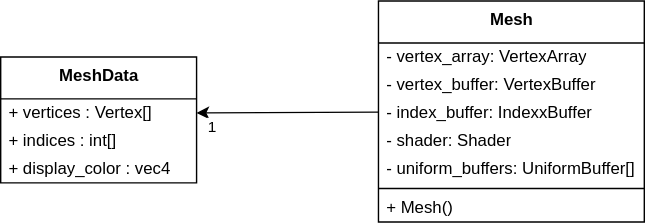
Before: docs/meshes/primitives.drawio.svg, a diagram exported from draw.io (wolfel1/Raytracy). Source tidied: cells renumbered, new cells last; positions are measured from the earlier drawing's top-left corner, leaving out a move shared by most shapes.
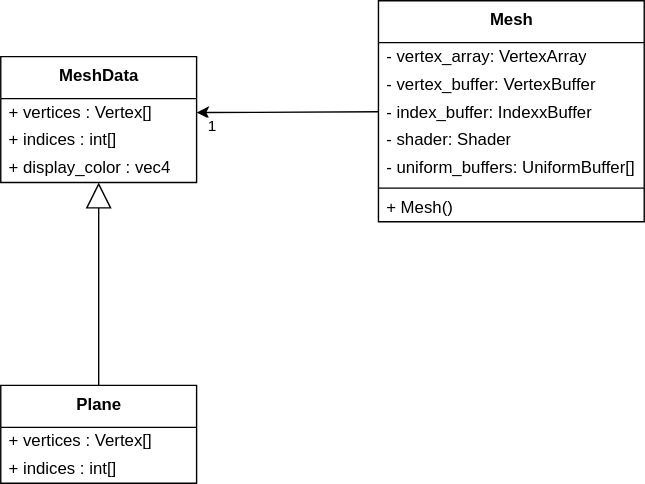
The same diagram one commit later.

Change to the diagram source:
```diff
@@ -2,6 +2,9 @@
   <root>
     <mxCell id="0" />
     <mxCell id="1" parent="0" />
+    <mxCell id="16" style="edgeStyle=none;html=1;endArrow=none;endFill=0;startArrow=block;startFill=0;endSize=6;startSize=16;" parent="1" edge="1" source="2" target="17">
+      <mxGeometry relative="1" as="geometry" />
+    </mxCell>
     <mxCell id="2" value="&lt;b&gt;MeshData&lt;/b&gt;" style="swimlane;fontStyle=0;align=center;verticalAlign=top;horizontal=1;startSize=30;html=1;" parent="1" vertex="1">
       <mxGeometry y="40" width="140" height="90" as="geometry" />
     </mxCell>
@@ -46,5 +49,14 @@
     <mxCell id="15" value="+ Mesh()" style="text;html=1;strokeColor=none;fillColor=none;align=left;verticalAlign=middle;spacingLeft=4;spacingRight=4;overflow=hidden;" parent="8" vertex="1">
       <mxGeometry y="138" width="190" height="20" as="geometry" />
     </mxCell>
+    <mxCell id="17" value="&lt;b&gt;Plane&lt;/b&gt;" style="swimlane;fontStyle=0;align=center;verticalAlign=top;horizontal=1;startSize=30;html=1;fillColor=rgb(255, 255, 255);" parent="1" vertex="1">
+      <mxGeometry y="275" width="140" height="70" as="geometry" />
+    </mxCell>
+    <mxCell id="18" value="+ vertices : Vertex[]" style="text;html=1;strokeColor=none;fillColor=none;align=left;verticalAlign=middle;spacingLeft=4;spacingRight=4;overflow=hidden;" parent="17" vertex="1">
+      <mxGeometry y="30" width="140" height="20" as="geometry" />
+    </mxCell>
+    <mxCell id="19" value="+ indices : int[]" style="text;html=1;strokeColor=none;fillColor=none;align=left;verticalAlign=middle;spacingLeft=4;spacingRight=4;overflow=hidden;" parent="17" vertex="1">
+      <mxGeometry y="50" width="140" height="20" as="geometry" />
+    </mxCell>
   </root>
 </mxGraphModel>
```
